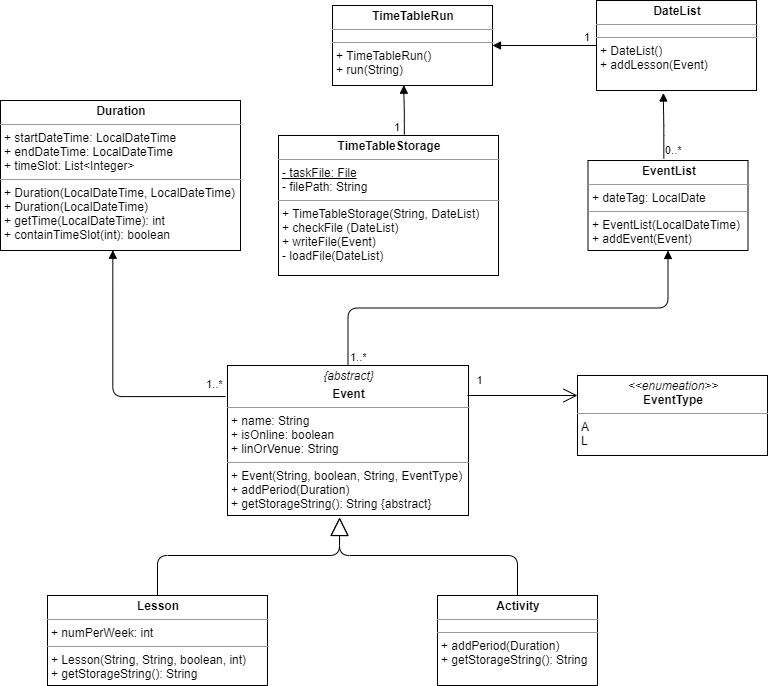
The draw.io diagram docs/Images/TimeTable class diagram.png in nus-cs2113-AY2021S1/tp, before a commit. Source tidied: cells renumbered, new cells last; positions are measured from the earlier drawing's top-left corner, leaving out a move shared by most shapes.
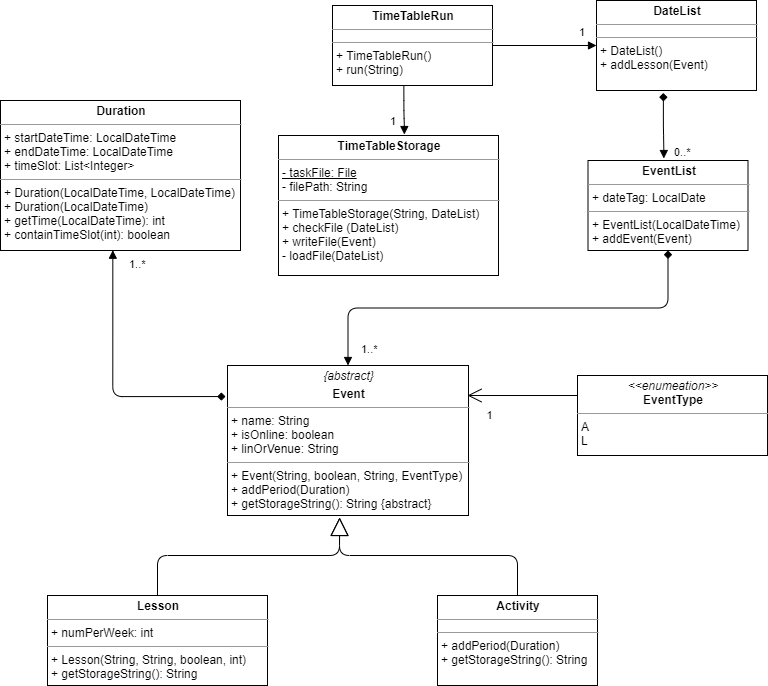
The same diagram one commit later.

Change to the diagram source:
```diff
@@ -33,13 +33,13 @@
     <mxCell id="7" value="&lt;p style=&quot;margin: 0px ; margin-top: 4px ; text-align: center&quot;&gt;&lt;i&gt;&amp;lt;&amp;lt;enumeation&amp;gt;&amp;gt;&lt;/i&gt;&lt;br&gt;&lt;b&gt;EventType&lt;/b&gt;&lt;/p&gt;&lt;hr size=&quot;1&quot;&gt;&lt;p style=&quot;margin: 0px ; margin-left: 4px&quot;&gt;A&lt;br&gt;L&lt;/p&gt;" style="verticalAlign=top;align=left;overflow=fill;fontSize=12;fontFamily=Helvetica;html=1;strokeColor=#000000;" parent="1" vertex="1">
       <mxGeometry x="577" y="375" width="190" height="80" as="geometry" />
     </mxCell>
-    <mxCell id="8" value="1" style="endArrow=open;endSize=12;html=1;fontColor=#050001;exitX=0.996;exitY=0.2;exitDx=0;exitDy=0;exitPerimeter=0;entryX=0;entryY=0.25;entryDx=0;entryDy=0;" parent="1" edge="1" source="2" target="7">
-      <mxGeometry x="-0.78" y="15" relative="1" as="geometry" />
+    <mxCell id="8" value="1" style="endArrow=open;endSize=12;html=1;fontColor=#050001;exitX=0;exitY=0.25;exitDx=0;exitDy=0;entryX=0.996;entryY=0.2;entryDx=0;entryDy=0;entryPerimeter=0;" parent="1" edge="1" source="7" target="2">
+      <mxGeometry x="0.6" y="20" relative="1" as="geometry" />
     </mxCell>
     <mxCell id="9" value="&lt;p style=&quot;margin: 0px ; margin-top: 4px ; text-align: center&quot;&gt;&lt;b&gt;Duration&lt;/b&gt;&lt;/p&gt;&lt;hr size=&quot;1&quot;&gt;&lt;p style=&quot;margin: 0px ; margin-left: 4px&quot;&gt;+ startDateTime: LocalDateTime&lt;/p&gt;&lt;p style=&quot;margin: 0px ; margin-left: 4px&quot;&gt;+ endDateTime: LocalDateTime&lt;/p&gt;&lt;p style=&quot;margin: 0px ; margin-left: 4px&quot;&gt;+ timeSlot: List&amp;lt;Integer&amp;gt;&lt;/p&gt;&lt;hr size=&quot;1&quot;&gt;&lt;p style=&quot;margin: 0px ; margin-left: 4px&quot;&gt;+ Duration(LocalDateTime, LocalDateTime)&lt;/p&gt;&lt;p style=&quot;margin: 0px ; margin-left: 4px&quot;&gt;+ Duration(LocalDateTime)&lt;/p&gt;&lt;p style=&quot;margin: 0px ; margin-left: 4px&quot;&gt;+ getTime(LocalDateTime): int&lt;/p&gt;&lt;p style=&quot;margin: 0px ; margin-left: 4px&quot;&gt;+ containTimeSlot(int): boolean&lt;/p&gt;" style="verticalAlign=top;align=left;overflow=fill;fontSize=12;fontFamily=Helvetica;html=1;strokeColor=#000000;" parent="1" vertex="1">
       <mxGeometry y="100" width="240" height="150" as="geometry" />
     </mxCell>
-    <mxCell id="10" style="endArrow=block;endFill=1;html=1;edgeStyle=orthogonalEdgeStyle;align=left;verticalAlign=top;fontColor=#050001;entryX=0.468;entryY=0.998;entryDx=0;entryDy=0;entryPerimeter=0;exitX=-0.008;exitY=0.207;exitDx=0;exitDy=0;exitPerimeter=0;" parent="1" edge="1" source="2" target="9">
+    <mxCell id="10" style="endArrow=block;endFill=1;html=1;edgeStyle=orthogonalEdgeStyle;align=left;verticalAlign=top;fontColor=#050001;entryX=0.468;entryY=0.998;entryDx=0;entryDy=0;entryPerimeter=0;exitX=-0.008;exitY=0.207;exitDx=0;exitDy=0;exitPerimeter=0;startArrow=diamond;startFill=1;" parent="1" edge="1" source="2" target="9">
       <mxGeometry x="-1" relative="1" as="geometry">
         <Array as="points">
           <mxPoint x="112" y="396" />
@@ -48,17 +48,19 @@
     </mxCell>
     <mxCell id="11" value="1..*" style="edgeLabel;html=1;align=left;verticalAlign=bottom;" parent="10" vertex="1">
       <mxGeometry x="-1" relative="1" as="geometry">
-        <mxPoint x="-21.1" y="-4.1" as="offset" />
+        <mxPoint x="-98.1" y="-124" as="offset" />
       </mxGeometry>
     </mxCell>
     <mxCell id="12" value="&lt;p style=&quot;margin: 0px ; margin-top: 4px ; text-align: center&quot;&gt;&lt;b&gt;EventList&lt;/b&gt;&lt;/p&gt;&lt;hr size=&quot;1&quot;&gt;&lt;p style=&quot;margin: 0px ; margin-left: 4px&quot;&gt;+ dateTag: LocalDate&lt;/p&gt;&lt;hr size=&quot;1&quot;&gt;&lt;p style=&quot;margin: 0px ; margin-left: 4px&quot;&gt;+ EventList(LocalDateTime)&lt;/p&gt;&lt;p style=&quot;margin: 0px ; margin-left: 4px&quot;&gt;+ addEvent(Event)&lt;/p&gt;" style="verticalAlign=top;align=left;overflow=fill;fontSize=12;fontFamily=Helvetica;html=1;strokeColor=#000000;" parent="1" vertex="1">
       <mxGeometry x="587.5" y="160" width="160" height="90" as="geometry" />
     </mxCell>
-    <mxCell id="13" style="endArrow=block;endFill=1;html=1;edgeStyle=orthogonalEdgeStyle;align=left;verticalAlign=top;fontColor=#050001;entryX=0.5;entryY=1;entryDx=0;entryDy=0;exitX=0.5;exitY=0;exitDx=0;exitDy=0;" parent="1" edge="1" source="2" target="12">
+    <mxCell id="13" style="endArrow=block;endFill=1;html=1;edgeStyle=orthogonalEdgeStyle;align=left;verticalAlign=top;fontColor=#050001;entryX=0.5;entryY=0;entryDx=0;entryDy=0;exitX=0.5;exitY=1;exitDx=0;exitDy=0;startArrow=diamond;startFill=1;" parent="1" edge="1" source="12" target="2">
       <mxGeometry x="-1" relative="1" as="geometry" />
     </mxCell>
     <mxCell id="14" value="1..*" style="edgeLabel;html=1;align=left;verticalAlign=bottom;" parent="13" vertex="1">
-      <mxGeometry x="-1" relative="1" as="geometry" />
+      <mxGeometry x="-1" relative="1" as="geometry">
+        <mxPoint x="-308.5" y="107" as="offset" />
+      </mxGeometry>
     </mxCell>
     <mxCell id="15" value="&lt;p style=&quot;margin: 0px ; margin-top: 4px ; text-align: center&quot;&gt;&lt;b&gt;DateList&lt;/b&gt;&lt;/p&gt;&lt;hr size=&quot;1&quot;&gt;&lt;p style=&quot;margin: 0px 0px 0px 4px ; line-height: 0% ; font-size: 1px&quot;&gt;&lt;br&gt;&lt;/p&gt;&lt;hr size=&quot;1&quot;&gt;&lt;p style=&quot;margin: 0px ; margin-left: 4px&quot;&gt;+ DateList()&lt;/p&gt;&lt;p style=&quot;margin: 0px ; margin-left: 4px&quot;&gt;+ addLesson(Event)&lt;/p&gt;" style="verticalAlign=top;align=left;overflow=fill;fontSize=12;fontFamily=Helvetica;html=1;strokeColor=#000000;" parent="1" vertex="1">
       <mxGeometry x="596" width="160" height="90" as="geometry" />
@@ -66,32 +68,34 @@
     <mxCell id="16" value="&lt;span style=&quot;color: rgba(0 , 0 , 0 , 0) ; font-family: monospace ; font-size: 0px&quot;&gt;%3CmxGraphModel%3E%3Croot%3E%3CmxCell%20id%3D%220%22%2F%3E%3CmxCell%20id%3D%221%22%20parent%3D%220%22%2F%3E%3CmxCell%20id%3D%222%22%20value%3D%22%22%20style%3D%22endArrow%3Dblock%3BendFill%3D1%3Bhtml%3D1%3BedgeStyle%3DorthogonalEdgeStyle%3Balign%3Dleft%3BverticalAlign%3Dtop%3BfontColor%3D%23050001%3BentryX%3D0.5%3BentryY%3D1%3BentryDx%3D0%3BentryDy%3D0%3BexitX%3D0.5%3BexitY%3D0%3BexitDx%3D0%3BexitDy%3D0%3B%22%20edge%3D%221%22%20parent%3D%221%22%3E%3CmxGeometry%20x%3D%22-1%22%20relative%3D%221%22%20as%3D%22geometry%22%3E%3CmxPoint%20x%3D%22265.5%22%20y%3D%22525%22%20as%3D%22sourcePoint%22%2F%3E%3CmxPoint%20x%3D%22265%22%20y%3D%22415%22%20as%3D%22targetPoint%22%2F%3E%3C%2FmxGeometry%3E%3C%2FmxCell%3E%3CmxCell%20id%3D%223%22%20value%3D%221..*%22%20style%3D%22edgeLabel%3Bresizable%3D0%3Bhtml%3D1%3Balign%3Dleft%3BverticalAlign%3Dbottom%3B%22%20connectable%3D%220%22%20vertex%3D%221%22%20parent%3D%222%22%3E%3CmxGeometry%20x%3D%22-1%22%20relative%3D%221%22%20as%3D%22geometry%22%2F%3E%3C%2FmxCell%3E%3C%2Froot%3E%3C%2FmxGraphModel%3E&lt;/span&gt;" style="text;html=1;align=center;verticalAlign=middle;fontColor=#050001;" parent="1" vertex="1">
       <mxGeometry x="692" y="70" width="20" height="20" as="geometry" />
     </mxCell>
-    <mxCell id="17" style="endArrow=block;endFill=1;html=1;edgeStyle=orthogonalEdgeStyle;align=left;verticalAlign=top;fontColor=#050001;entryX=0.418;entryY=1.028;entryDx=0;entryDy=0;exitX=0.474;exitY=-0.022;exitDx=0;exitDy=0;exitPerimeter=0;entryPerimeter=0;" parent="1" edge="1" source="12" target="15">
+    <mxCell id="17" style="endArrow=block;endFill=1;html=1;edgeStyle=orthogonalEdgeStyle;align=left;verticalAlign=top;fontColor=#050001;entryX=0.474;entryY=-0.022;entryDx=0;entryDy=0;exitX=0.418;exitY=1.028;exitDx=0;exitDy=0;exitPerimeter=0;entryPerimeter=0;startArrow=diamond;startFill=1;" parent="1" edge="1" source="15" target="12">
       <mxGeometry x="-1" relative="1" as="geometry" />
     </mxCell>
     <mxCell id="18" value="0..*" style="edgeLabel;html=1;align=left;verticalAlign=bottom;" parent="17" vertex="1">
-      <mxGeometry x="-1" relative="1" as="geometry" />
+      <mxGeometry x="-1" relative="1" as="geometry">
+        <mxPoint x="9.1" y="67.5" as="offset" />
+      </mxGeometry>
     </mxCell>
     <mxCell id="19" value="&lt;p style=&quot;margin: 0px ; margin-top: 4px ; text-align: center&quot;&gt;&lt;b&gt;TimeTableRun&lt;/b&gt;&lt;/p&gt;&lt;hr size=&quot;1&quot;&gt;&lt;p style=&quot;margin: 0px 0px 0px 4px ; line-height: 0%&quot;&gt;&lt;br&gt;&lt;/p&gt;&lt;hr size=&quot;1&quot;&gt;&lt;p style=&quot;margin: 0px ; margin-left: 4px&quot;&gt;+ TimeTableRun()&lt;/p&gt;&lt;p style=&quot;margin: 0px ; margin-left: 4px&quot;&gt;+ run(String)&lt;/p&gt;" style="verticalAlign=top;align=left;overflow=fill;fontSize=12;fontFamily=Helvetica;html=1;strokeColor=#000000;" parent="1" vertex="1">
       <mxGeometry x="332" y="5" width="160" height="80" as="geometry" />
     </mxCell>
-    <mxCell id="20" style="endArrow=block;endFill=1;html=1;edgeStyle=orthogonalEdgeStyle;align=left;verticalAlign=top;fontColor=#050001;entryX=1;entryY=0.5;entryDx=0;entryDy=0;exitX=0;exitY=0.5;exitDx=0;exitDy=0;" parent="1" edge="1" source="15" target="19">
+    <mxCell id="20" style="endArrow=block;endFill=1;html=1;edgeStyle=orthogonalEdgeStyle;align=left;verticalAlign=top;fontColor=#050001;entryX=0;entryY=0.5;entryDx=0;entryDy=0;exitX=1;exitY=0.5;exitDx=0;exitDy=0;" parent="1" edge="1" source="19" target="15">
       <mxGeometry x="-1" relative="1" as="geometry" />
     </mxCell>
     <mxCell id="21" value="1" style="edgeLabel;html=1;align=left;verticalAlign=bottom;" parent="20" vertex="1">
       <mxGeometry x="-1" relative="1" as="geometry">
-        <mxPoint x="-14" as="offset" />
+        <mxPoint x="85" y="-5" as="offset" />
       </mxGeometry>
     </mxCell>
     <mxCell id="22" value="&lt;p style=&quot;margin: 0px ; margin-top: 4px ; text-align: center&quot;&gt;&lt;b&gt;TimeTableStorage&lt;/b&gt;&lt;/p&gt;&lt;hr size=&quot;1&quot;&gt;&lt;p style=&quot;margin: 0px ; margin-left: 4px&quot;&gt;&lt;u&gt;- taskFile: File&lt;/u&gt;&lt;/p&gt;&lt;p style=&quot;margin: 0px ; margin-left: 4px&quot;&gt;- filePath: String&lt;/p&gt;&lt;hr size=&quot;1&quot;&gt;&lt;p style=&quot;margin: 0px ; margin-left: 4px&quot;&gt;+ TimeTableStorage(String, DateList)&lt;/p&gt;&lt;p style=&quot;margin: 0px ; margin-left: 4px&quot;&gt;+ checkFile (DateList)&lt;/p&gt;&lt;p style=&quot;margin: 0px ; margin-left: 4px&quot;&gt;+ writeFile(Event)&lt;/p&gt;&lt;p style=&quot;margin: 0px ; margin-left: 4px&quot;&gt;- loadFile(DateList)&lt;/p&gt;" style="verticalAlign=top;align=left;overflow=fill;fontSize=12;fontFamily=Helvetica;html=1;strokeColor=#000000;" parent="1" vertex="1">
       <mxGeometry x="278" y="135" width="220" height="140" as="geometry" />
     </mxCell>
-    <mxCell id="23" style="endArrow=block;endFill=1;html=1;edgeStyle=orthogonalEdgeStyle;align=left;verticalAlign=top;fontColor=#050001;entryX=0.446;entryY=0.996;entryDx=0;entryDy=0;exitX=0.572;exitY=-0.007;exitDx=0;exitDy=0;entryPerimeter=0;exitPerimeter=0;" parent="1" edge="1" source="22" target="19">
+    <mxCell id="23" style="endArrow=block;endFill=1;html=1;edgeStyle=orthogonalEdgeStyle;align=left;verticalAlign=top;fontColor=#050001;entryX=0.572;entryY=-0.007;entryDx=0;entryDy=0;exitX=0.446;exitY=0.996;exitDx=0;exitDy=0;entryPerimeter=0;exitPerimeter=0;" parent="1" edge="1" source="19" target="22">
       <mxGeometry x="-1" relative="1" as="geometry" />
     </mxCell>
     <mxCell id="24" value="1" style="edgeLabel;html=1;align=left;verticalAlign=bottom;" parent="23" vertex="1">
       <mxGeometry x="-1" relative="1" as="geometry">
-        <mxPoint x="-11.8" y="1" as="offset" />
+        <mxPoint x="-15.4" y="44.3" as="offset" />
       </mxGeometry>
     </mxCell>
   </root>
```
